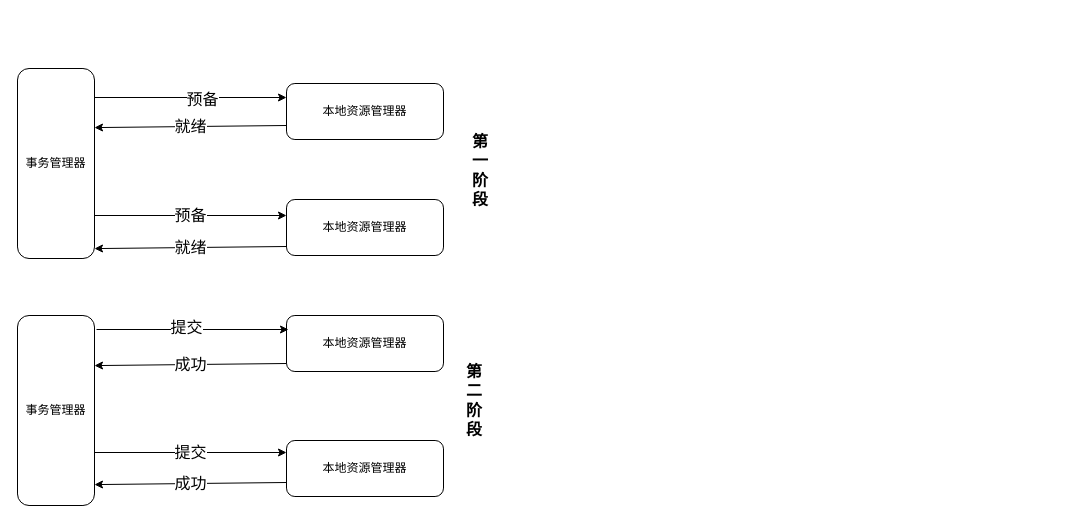
Before: blog/Mysql.drawio in began-zhao/studydraw, a draw.io diagram. Source tidied: cells renumbered, new cells numbered last; positions are measured from the earlier drawing's top-left corner, leaving out a move shared by most shapes. Both pictures are drawn from the tidied source at 100%, with x=0, y=0 at pixel (17, 68).
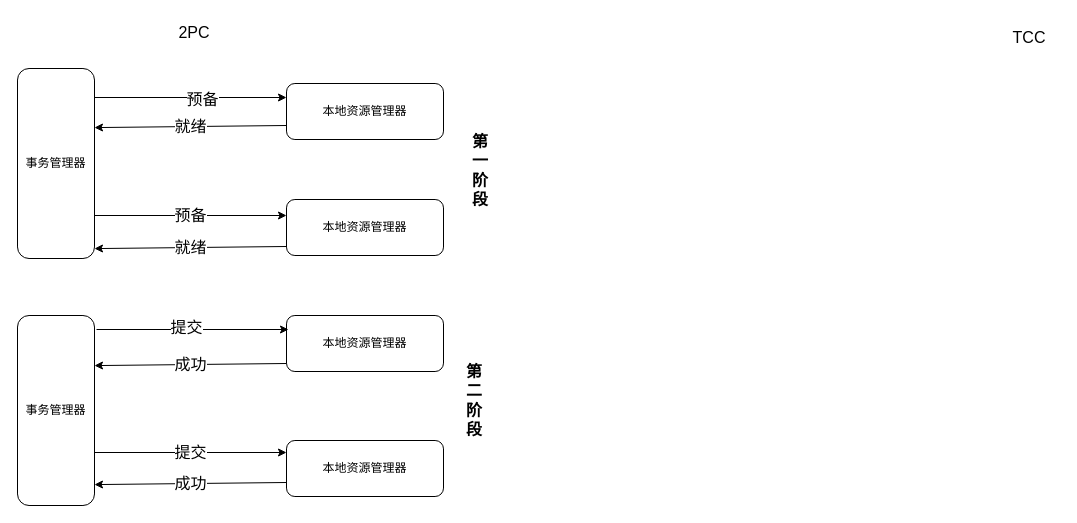
Above is the later version.

The edit, as a diff of the source:
```diff
@@
+    <mxCell id="20" value="2PC" style="text;html=1;strokeColor=none;fillColor=none;align=center;verticalAlign=middle;whiteSpace=wrap;rounded=0;fontSize=16;" parent="1" vertex="1">
+      <mxGeometry x="147" y="-51" width="60" height="30" as="geometry" />
+    </mxCell>
+    <mxCell id="21" value="TCC" style="text;html=1;strokeColor=none;fillColor=none;align=center;verticalAlign=middle;whiteSpace=wrap;rounded=0;fontSize=16;" parent="1" vertex="1">
+      <mxGeometry x="982" y="-46" width="60" height="30" as="geometry" />
+    </mxCell>
```
